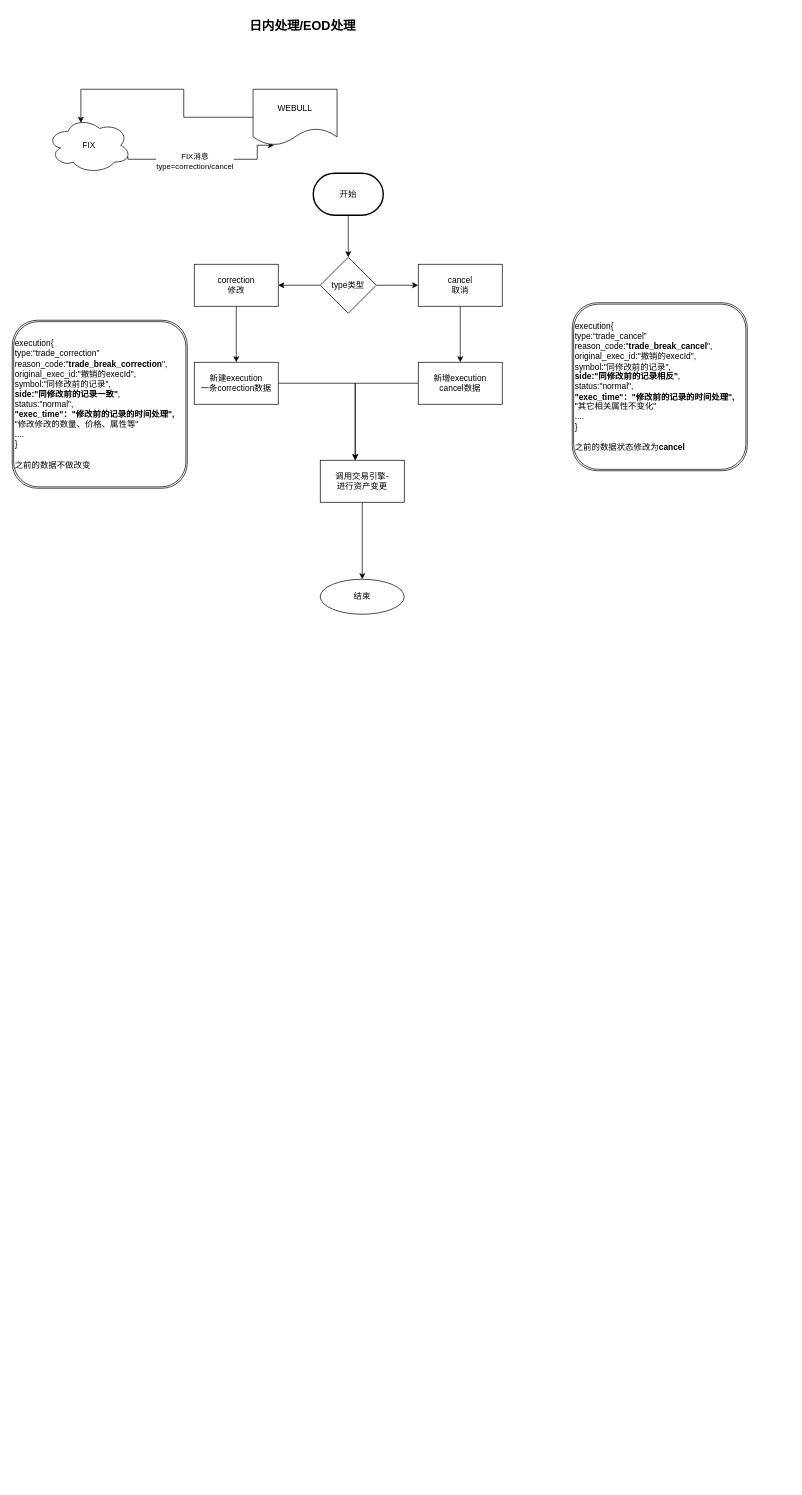
This is 未命名绘图.drawio from xinyanggit/draw_io, a draw.io file, before an edit. Source tidied: cells renumbered, new cells numbered last; positions are measured from the earlier drawing's top-left corner, leaving out a move shared by most shapes. Both pictures are drawn from the tidied source at 70%, with x=0, y=0 at pixel (12, 12).
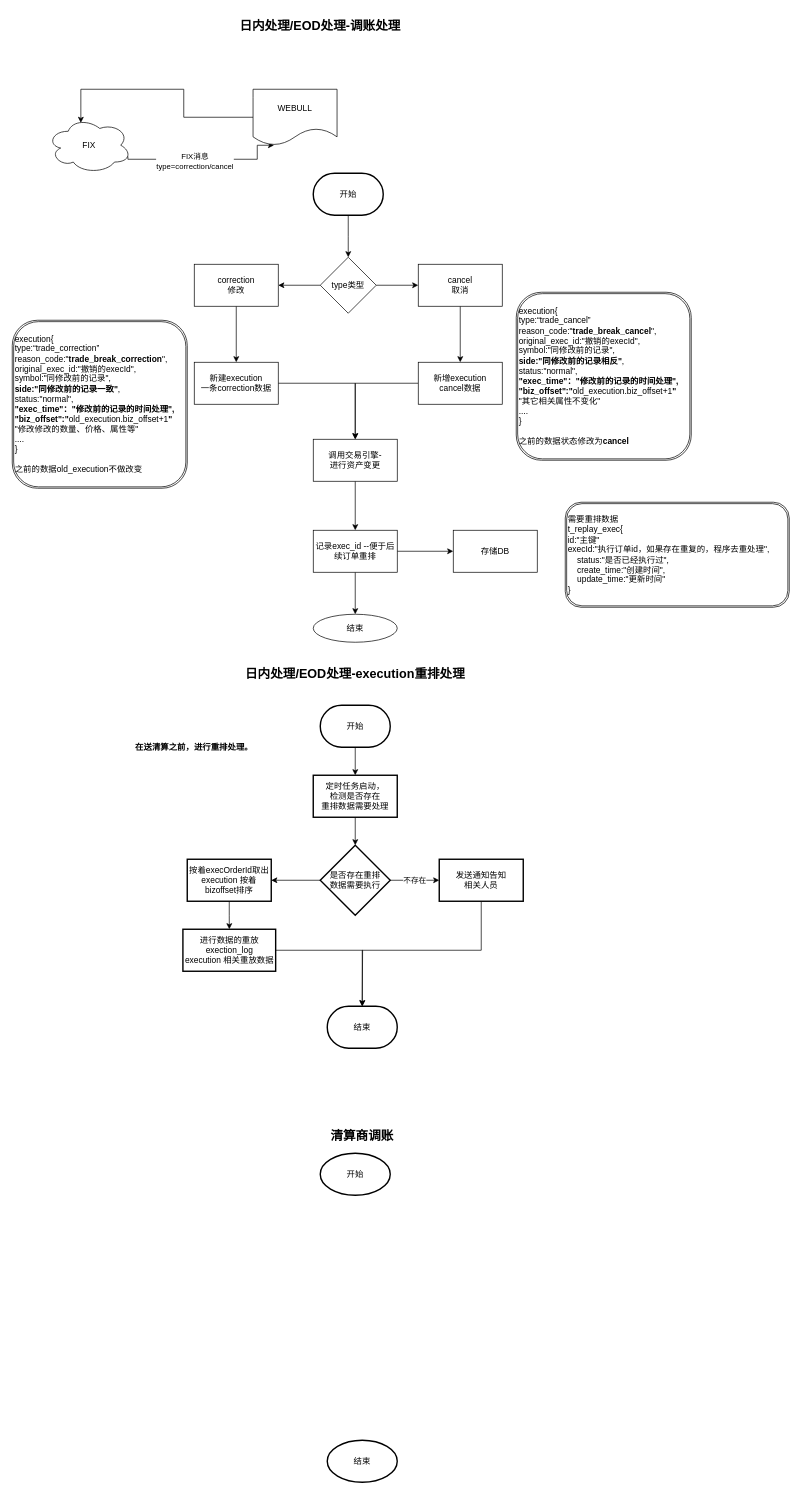
After the change.

Commit message:
保存调帐新设计.drawio

Change to the diagram source:
```diff
@@
-    <mxCell id="2" value="&lt;font style=&quot;font-size: 18px&quot;&gt;&lt;b&gt;日内处理/EOD处理&lt;/b&gt;&lt;/font&gt;" style="text;html=1;strokeColor=none;fillColor=none;align=center;verticalAlign=middle;whiteSpace=wrap;rounded=0;" parent="1" vertex="1">
-      <mxGeometry x="310" width="210" height="40" as="geometry" />
+    <mxCell id="2" value="&lt;font style=&quot;font-size: 18px&quot;&gt;&lt;b&gt;日内处理/EOD处理-调账处理&lt;/b&gt;&lt;/font&gt;" style="text;html=1;strokeColor=none;fillColor=none;align=center;verticalAlign=middle;whiteSpace=wrap;rounded=0;" parent="1" vertex="1">
+      <mxGeometry x="310" width="260" height="40" as="geometry" />
     </mxCell>
@@
-    <mxCell id="19" value="&lt;div&gt;execution{&lt;/div&gt;&lt;div&gt;type:“trade_correction”&lt;/div&gt;&lt;div&gt;reason_code:&quot;&lt;b&gt;trade_break_correction&lt;/b&gt;&quot;,&lt;/div&gt;&lt;div&gt;original_exec_id:&quot;撤销的execId&quot;,&lt;/div&gt;&lt;div&gt;symbol:&quot;同修改前的记录&quot;,&lt;/div&gt;&lt;div&gt;&lt;b&gt;side:&quot;同修改前的记录一致&quot;&lt;/b&gt;,&lt;/div&gt;&lt;div&gt;status:&quot;normal&quot;,&lt;/div&gt;&lt;div&gt;&lt;b&gt;&quot;exec_time&quot;：&quot;修改前的记录的时间处理&quot;,&lt;/b&gt;&lt;/div&gt;&lt;div&gt;&lt;span&gt;&quot;修改修改的数量、价格、属性等&quot;&lt;/span&gt;&lt;br&gt;&lt;/div&gt;&lt;div&gt;....&lt;/div&gt;&lt;div&gt;}&lt;/div&gt;&lt;div&gt;&lt;br&gt;&lt;/div&gt;&lt;div&gt;之前的数据不做改变&lt;/div&gt;" style="shape=ext;double=1;rounded=1;whiteSpace=wrap;html=1;align=left;" parent="1" vertex="1">
+    <mxCell id="19" value="&lt;div&gt;execution{&lt;/div&gt;&lt;div&gt;type:“trade_correction”&lt;/div&gt;&lt;div&gt;reason_code:&quot;&lt;b&gt;trade_break_correction&lt;/b&gt;&quot;,&lt;/div&gt;&lt;div&gt;original_exec_id:&quot;撤销的execId&quot;,&lt;/div&gt;&lt;div&gt;symbol:&quot;同修改前的记录&quot;,&lt;/div&gt;&lt;div&gt;&lt;b&gt;side:&quot;同修改前的记录一致&quot;&lt;/b&gt;,&lt;/div&gt;&lt;div&gt;status:&quot;normal&quot;,&lt;/div&gt;&lt;div&gt;&lt;b&gt;&quot;exec_time&quot;：&quot;修改前的记录的时间处理&quot;,&lt;/b&gt;&lt;/div&gt;&lt;div&gt;&lt;b&gt;&quot;biz_offset&quot;:&quot;&lt;/b&gt;old_execution.biz_offset+1&lt;b&gt;&quot;&lt;/b&gt;&lt;/div&gt;&lt;div&gt;&lt;span&gt;&quot;修改修改的数量、价格、属性等&quot;&lt;/span&gt;&lt;br&gt;&lt;/div&gt;&lt;div&gt;....&lt;/div&gt;&lt;div&gt;}&lt;/div&gt;&lt;div&gt;&lt;br&gt;&lt;/div&gt;&lt;div&gt;之前的数据old_execution不做改变&lt;/div&gt;" style="shape=ext;double=1;rounded=1;whiteSpace=wrap;html=1;align=left;" parent="1" vertex="1">
       <mxGeometry y="440" width="250" height="240" as="geometry" />
     </mxCell>
-    <mxCell id="20" style="edgeStyle=orthogonalEdgeStyle;rounded=0;jettySize=auto;html=1;" parent="1" edge="1" source="21" target="22">
-      <mxGeometry relative="1" as="geometry" />
-    </mxCell>
+    <mxCell id="26" style="edgeStyle=orthogonalEdgeStyle;rounded=0;jettySize=auto;html=1;" parent="1" edge="1" source="21" target="29">
+      <mxGeometry relative="1" as="geometry" />
+    </mxCell>
     <mxCell id="21" value="调用交易引擎-&lt;br&gt;进行资产变更" style="whiteSpace=wrap;html=1;" parent="1" vertex="1">
-      <mxGeometry x="440" y="640" width="120" height="60" as="geometry" />
+      <mxGeometry x="430" y="610" width="120" height="60" as="geometry" />
     </mxCell>
-    <mxCell id="22" value="结束" style="ellipse;whiteSpace=wrap;html=1;" parent="1" vertex="1">
-      <mxGeometry x="440" y="810" width="120" height="50" as="geometry" />
-    </mxCell>
@@
-    <mxCell id="25" value="&lt;div&gt;execution{&lt;/div&gt;&lt;div&gt;type:“trade_cancel”&lt;/div&gt;&lt;div&gt;reason_code:&quot;&lt;b&gt;trade_break_cancel&lt;/b&gt;&quot;,&lt;/div&gt;&lt;div&gt;original_exec_id:&quot;撤销的execId&quot;,&lt;/div&gt;&lt;div&gt;symbol:&quot;同修改前的记录&quot;,&lt;/div&gt;&lt;div&gt;&lt;b&gt;side:&quot;同修改前的记录相反&quot;&lt;/b&gt;,&lt;/div&gt;&lt;div&gt;status:&quot;normal&quot;,&lt;/div&gt;&lt;div&gt;&lt;b&gt;&quot;exec_time&quot;：&quot;修改前的记录的时间处理&quot;,&lt;/b&gt;&lt;/div&gt;&lt;div&gt;&lt;span&gt;&quot;其它相关属性不变化&quot;&lt;/span&gt;&lt;br&gt;&lt;/div&gt;&lt;div&gt;....&lt;/div&gt;&lt;div&gt;}&lt;/div&gt;&lt;div&gt;&lt;br&gt;&lt;/div&gt;&lt;div&gt;之前的数据状态修改为&lt;b&gt;cancel&lt;/b&gt;&lt;/div&gt;" style="shape=ext;double=1;rounded=1;whiteSpace=wrap;html=1;align=left;" parent="1" vertex="1">
-      <mxGeometry x="800" y="415" width="250" height="240" as="geometry" />
+    <mxCell id="25" value="&lt;div&gt;execution{&lt;/div&gt;&lt;div&gt;type:“trade_cancel”&lt;/div&gt;&lt;div&gt;reason_code:&quot;&lt;b&gt;trade_break_cancel&lt;/b&gt;&quot;,&lt;/div&gt;&lt;div&gt;original_exec_id:&quot;撤销的execId&quot;,&lt;/div&gt;&lt;div&gt;symbol:&quot;同修改前的记录&quot;,&lt;/div&gt;&lt;div&gt;&lt;b&gt;side:&quot;同修改前的记录相反&quot;&lt;/b&gt;,&lt;/div&gt;&lt;div&gt;status:&quot;normal&quot;,&lt;/div&gt;&lt;div&gt;&lt;b&gt;&quot;exec_time&quot;：&quot;修改前的记录的时间处理&quot;,&lt;/b&gt;&lt;/div&gt;&lt;div&gt;&lt;div&gt;&lt;b&gt;&quot;biz_offset&quot;:&quot;&lt;/b&gt;old_execution.biz_offset+1&lt;b&gt;&quot;&lt;/b&gt;&lt;/div&gt;&lt;/div&gt;&lt;div&gt;&lt;span&gt;&quot;其它相关属性不变化&quot;&lt;/span&gt;&lt;br&gt;&lt;/div&gt;&lt;div&gt;....&lt;/div&gt;&lt;div&gt;}&lt;/div&gt;&lt;div&gt;&lt;br&gt;&lt;/div&gt;&lt;div&gt;之前的数据状态修改为&lt;b&gt;cancel&lt;/b&gt;&lt;/div&gt;" style="shape=ext;double=1;rounded=1;whiteSpace=wrap;html=1;align=left;" parent="1" vertex="1">
+      <mxGeometry x="720" y="400" width="250" height="240" as="geometry" />
     </mxCell>
+    <mxCell id="27" style="edgeStyle=orthogonalEdgeStyle;rounded=0;jettySize=auto;html=1;" parent="1" edge="1" source="29" target="22">
+      <mxGeometry relative="1" as="geometry" />
+    </mxCell>
+    <mxCell id="28" style="edgeStyle=orthogonalEdgeStyle;rounded=0;jettySize=auto;html=1;" parent="1" edge="1" source="29" target="30">
+      <mxGeometry relative="1" as="geometry" />
+    </mxCell>
+    <mxCell id="29" value="记录exec_id --便于后续订单重排" style="whiteSpace=wrap;html=1;" parent="1" vertex="1">
+      <mxGeometry x="430" y="740" width="120" height="60" as="geometry" />
+    </mxCell>
+    <mxCell id="22" value="结束" style="ellipse;whiteSpace=wrap;html=1;" parent="1" vertex="1">
+      <mxGeometry x="430" y="860" width="120" height="40" as="geometry" />
+    </mxCell>
+    <mxCell id="30" value="存储DB" style="whiteSpace=wrap;html=1;" parent="1" vertex="1">
+      <mxGeometry x="630" y="740" width="120" height="60" as="geometry" />
+    </mxCell>
+    <mxCell id="31" value="&lt;div&gt;需要重排数据&lt;/div&gt;&lt;div&gt;t_replay_exec{&lt;/div&gt;&lt;div&gt;&lt;span&gt; &lt;/span&gt;id:&quot;主键&quot;&lt;/div&gt;&lt;div&gt;&lt;span&gt; &lt;/span&gt;execId:&quot;执行订单id，如果存在重复的，程序去重处理&quot;,&lt;/div&gt;&lt;div&gt;&amp;nbsp; &amp;nbsp; status:&quot;是否已经执行过&quot;,&lt;/div&gt;&lt;div&gt;&amp;nbsp; &amp;nbsp; create_time:&quot;创建时间&quot;,&lt;/div&gt;&lt;div&gt;&amp;nbsp; &amp;nbsp; update_time:&quot;更新时间&quot;&lt;/div&gt;&lt;div&gt;}&lt;/div&gt;" style="shape=ext;double=1;rounded=1;whiteSpace=wrap;html=1;align=left;" parent="1" vertex="1">
+      <mxGeometry x="790" y="700" width="320" height="150" as="geometry" />
+    </mxCell>
+    <mxCell id="32" value="&lt;font style=&quot;font-size: 18px&quot;&gt;&lt;b&gt;日内处理/EOD处理-execution重排处理&lt;/b&gt;&lt;/font&gt;" style="text;html=1;strokeColor=none;fillColor=none;align=center;verticalAlign=middle;whiteSpace=wrap;rounded=0;" parent="1" vertex="1">
+      <mxGeometry x="325" y="940" width="330" height="10" as="geometry" />
+    </mxCell>
+    <mxCell id="33" style="edgeStyle=orthogonalEdgeStyle;rounded=0;jettySize=auto;html=1;" parent="1" edge="1" source="34" target="37">
+      <mxGeometry relative="1" as="geometry" />
+    </mxCell>
+    <mxCell id="34" value="开始" style="strokeWidth=2;html=1;shape=mxgraph.flowchart.terminator;whiteSpace=wrap;" parent="1" vertex="1">
+      <mxGeometry x="440" y="990" width="100" height="60" as="geometry" />
+    </mxCell>
+    <mxCell id="35" value="结束" style="strokeWidth=2;html=1;shape=mxgraph.flowchart.terminator;whiteSpace=wrap;" parent="1" vertex="1">
+      <mxGeometry x="450" y="1420" width="100" height="60" as="geometry" />
+    </mxCell>
+    <mxCell id="36" style="edgeStyle=orthogonalEdgeStyle;rounded=0;jettySize=auto;html=1;exitX=0.5;exitY=1;exitDx=0;exitDy=0;entryX=0.5;entryY=0;entryDx=0;entryDy=0;entryPerimeter=0;" parent="1" edge="1" source="37" target="40">
+      <mxGeometry relative="1" as="geometry" />
+    </mxCell>
+    <mxCell id="37" value="定时任务启动，&lt;br&gt;检测是否存在&lt;br&gt;&lt;span style=&quot;text-align: left&quot;&gt;重排数据需要处理&lt;/span&gt;" style="whiteSpace=wrap;html=1;strokeWidth=2;" parent="1" vertex="1">
+      <mxGeometry x="430" y="1090" width="120" height="60" as="geometry" />
+    </mxCell>
+    <mxCell id="38" value="不存在" style="edgeStyle=orthogonalEdgeStyle;rounded=0;jettySize=auto;html=1;" parent="1" edge="1" source="40" target="43">
+      <mxGeometry relative="1" as="geometry" />
+    </mxCell>
+    <mxCell id="39" style="edgeStyle=orthogonalEdgeStyle;rounded=0;jettySize=auto;html=1;" parent="1" edge="1" source="40" target="45">
+      <mxGeometry relative="1" as="geometry" />
+    </mxCell>
+    <mxCell id="40" value="是否存在重排&lt;br&gt;数据需要执行" style="strokeWidth=2;html=1;shape=mxgraph.flowchart.decision;whiteSpace=wrap;" parent="1" vertex="1">
+      <mxGeometry x="440" y="1190" width="100" height="100" as="geometry" />
+    </mxCell>
+    <mxCell id="41" value="&lt;b&gt;在送清算之前，进行重排处理。&lt;/b&gt;" style="text;html=1;strokeColor=none;fillColor=none;align=center;verticalAlign=middle;whiteSpace=wrap;rounded=0;" parent="1" vertex="1">
+      <mxGeometry x="170" y="1050" width="180" as="geometry" />
+    </mxCell>
+    <mxCell id="42" style="edgeStyle=orthogonalEdgeStyle;rounded=0;jettySize=auto;html=1;exitX=0.5;exitY=1;exitDx=0;exitDy=0;entryX=0.5;entryY=0;entryDx=0;entryDy=0;entryPerimeter=0;" parent="1" edge="1" source="43" target="35">
+      <mxGeometry relative="1" as="geometry">
+        <Array as="points">
+          <mxPoint x="670" y="1340" />
+          <mxPoint x="500" y="1340" />
+        </Array>
+      </mxGeometry>
+    </mxCell>
+    <mxCell id="43" value="发送通知告知&lt;br&gt;相关人员" style="whiteSpace=wrap;html=1;strokeWidth=2;" parent="1" vertex="1">
+      <mxGeometry x="610" y="1210" width="120" height="60" as="geometry" />
+    </mxCell>
+    <mxCell id="44" style="edgeStyle=orthogonalEdgeStyle;rounded=0;jettySize=auto;html=1;" parent="1" edge="1" source="45" target="47">
+      <mxGeometry relative="1" as="geometry" />
+    </mxCell>
+    <mxCell id="45" value="按着execOrderId取出execution 按着bizoffset排序" style="whiteSpace=wrap;html=1;strokeWidth=2;" parent="1" vertex="1">
+      <mxGeometry x="250" y="1210" width="120" height="60" as="geometry" />
+    </mxCell>
+    <mxCell id="46" style="edgeStyle=orthogonalEdgeStyle;rounded=0;jettySize=auto;html=1;exitX=1;exitY=0.5;exitDx=0;exitDy=0;" parent="1" edge="1" source="47">
+      <mxGeometry relative="1" as="geometry">
+        <mxPoint x="500" y="1420" as="targetPoint" />
+      </mxGeometry>
+    </mxCell>
+    <mxCell id="47" value="进行数据的重放&lt;br&gt;exection_log&lt;br&gt;execution 相关重放数据" style="whiteSpace=wrap;html=1;strokeWidth=2;" parent="1" vertex="1">
+      <mxGeometry x="243.8" y="1310" width="132.5" height="60" as="geometry" />
+    </mxCell>
+    <mxCell id="48" value="&lt;span style=&quot;font-size: 18px&quot;&gt;&lt;b&gt;清算商调账&lt;/b&gt;&lt;/span&gt;" style="text;html=1;strokeColor=none;fillColor=none;align=center;verticalAlign=middle;whiteSpace=wrap;rounded=0;" parent="1" vertex="1">
+      <mxGeometry x="335" y="1600" width="330" height="10" as="geometry" />
+    </mxCell>
+    <mxCell id="49" value="开始" style="strokeWidth=2;html=1;shape=mxgraph.flowchart.start_1;whiteSpace=wrap;" parent="1" vertex="1">
+      <mxGeometry x="440" y="1630" width="100" height="60" as="geometry" />
+    </mxCell>
+    <mxCell id="50" value="结束" style="strokeWidth=2;html=1;shape=mxgraph.flowchart.start_1;whiteSpace=wrap;" parent="1" vertex="1">
+      <mxGeometry x="450" y="2040" width="100" height="60" as="geometry" />
+    </mxCell>
```
